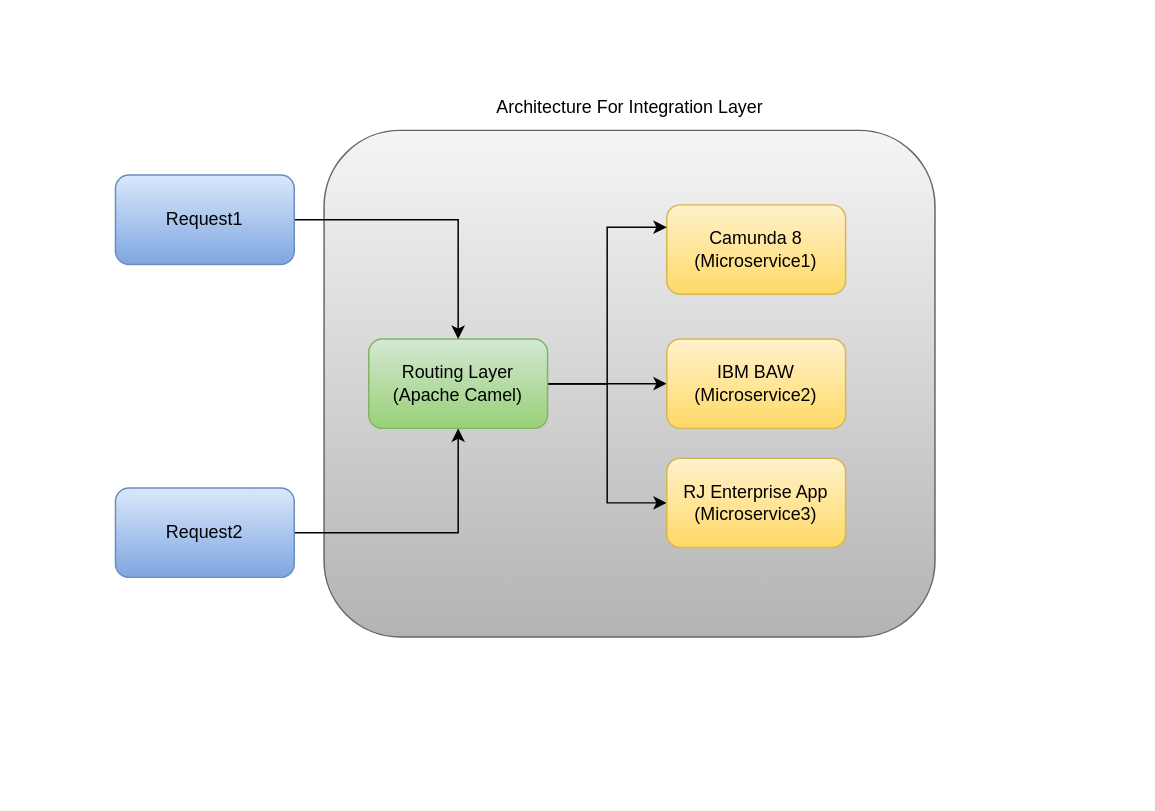
namanchopra21087/design-documents keeps this draw.io diagram as RJ-Integration-Layer-Architecture.drawio. Above is the earlier version. Source tidied: cells renumbered, new cells numbered last; positions are measured from the earlier drawing's top-left corner, leaving out a move shared by most shapes. Both pictures are drawn from the tidied source at 149%, with x=0, y=0 at pixel (25, 25).
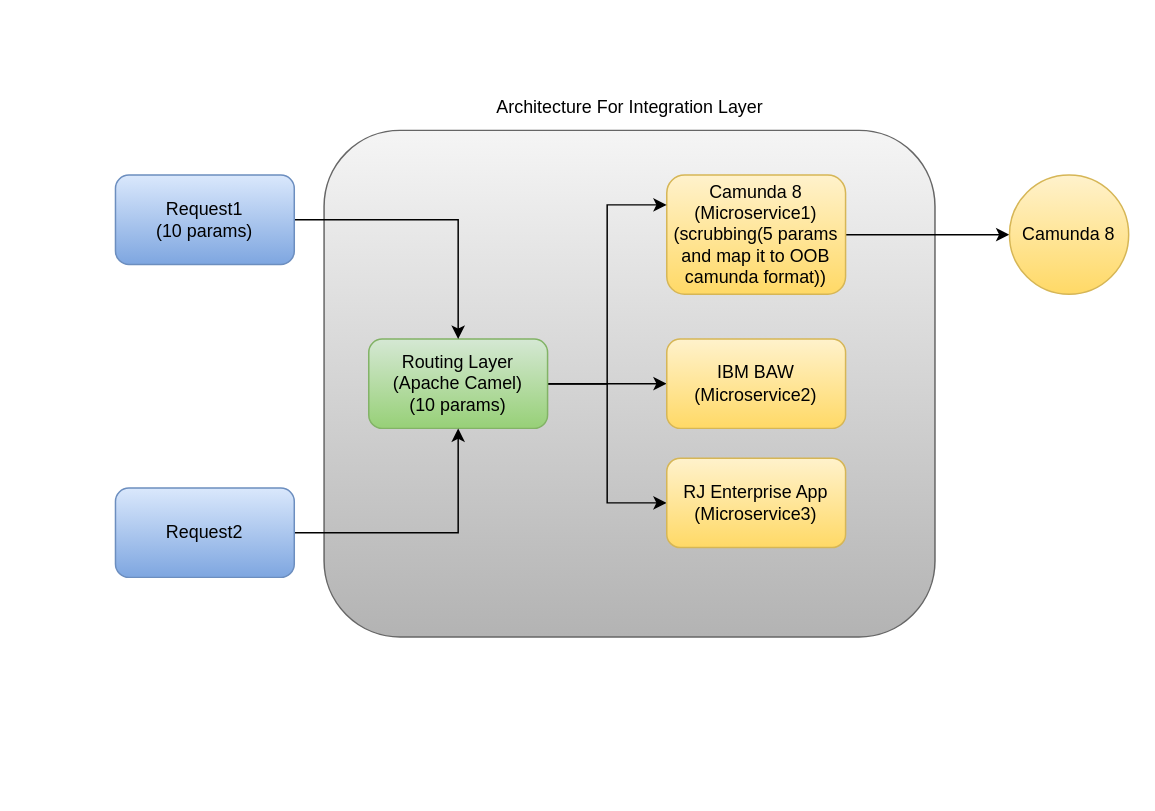
The same page after the edit.

Diff of the diagram source:
```diff
@@
+    <mxCell id="19" style="edgeStyle=orthogonalEdgeStyle;rounded=0;jettySize=auto;html=1;" parent="1" edge="1" source="3" target="20">
+      <mxGeometry relative="1" as="geometry" />
+    </mxCell>
-    <mxCell id="3" value="Camunda 8&lt;br&gt;(Microservice1)" style="rounded=1;whiteSpace=wrap;html=1;fillColor=#fff2cc;gradientColor=#ffd966;strokeColor=#d6b656;" parent="1" vertex="1">
-      <mxGeometry x="430" y="120" width="120" height="60" as="geometry" />
+    <mxCell id="3" value="Camunda 8&lt;br&gt;(Microservice1)&lt;div&gt;(scrubbing(5 params and map it to OOB camunda format))&lt;/div&gt;" style="rounded=1;whiteSpace=wrap;html=1;fillColor=#fff2cc;gradientColor=#ffd966;strokeColor=#d6b656;" parent="1" vertex="1">
+      <mxGeometry x="430" y="100" width="120" height="80" as="geometry" />
     </mxCell>
@@
-    <mxCell id="7" value="Routing Layer&lt;br&gt;(Apache Camel)" style="rounded=1;whiteSpace=wrap;html=1;fillColor=#d5e8d4;gradientColor=#97d077;strokeColor=#82b366;" parent="1" vertex="1">
+    <mxCell id="7" value="Routing Layer&lt;br&gt;(Apache Camel)&lt;div&gt;(10 params)&lt;/div&gt;" style="rounded=1;whiteSpace=wrap;html=1;fillColor=#d5e8d4;gradientColor=#97d077;strokeColor=#82b366;" parent="1" vertex="1">
       <mxGeometry x="230" y="210" width="120" height="60" as="geometry" />
     </mxCell>
@@
-    <mxCell id="11" value="Request1" style="rounded=1;whiteSpace=wrap;html=1;fillColor=#dae8fc;gradientColor=#7ea6e0;strokeColor=#6c8ebf;" parent="1" vertex="1">
+    <mxCell id="11" value="Request1&lt;div&gt;(10 params)&lt;/div&gt;" style="rounded=1;whiteSpace=wrap;html=1;fillColor=#dae8fc;gradientColor=#7ea6e0;strokeColor=#6c8ebf;" parent="1" vertex="1">
       <mxGeometry x="60" y="100" width="120" height="60" as="geometry" />
     </mxCell>
@@
+    <mxCell id="20" value="Camunda 8" style="ellipse;whiteSpace=wrap;html=1;fillColor=#fff2cc;strokeColor=#d6b656;rounded=1;gradientColor=#ffd966;" parent="1" vertex="1">
+      <mxGeometry x="660" y="100" width="80" height="80" as="geometry" />
+    </mxCell>
```
